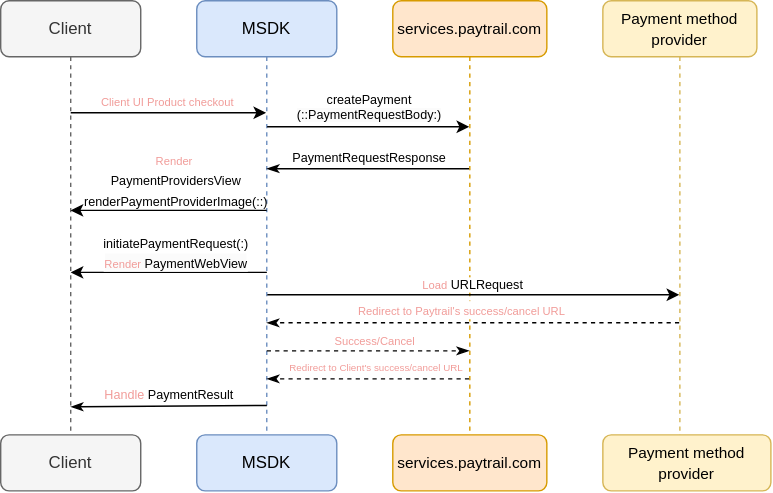
Before: paytrail-ios-sdk/paytrail_ios_sdk.docc/Resources/Create_payment_api_flow.svg, a diagram exported from draw.io (paytrail/paytrail-ios-sdk). Source tidied: cells renumbered, new cells last; positions are measured from the earlier drawing's top-left corner, leaving out a move shared by most shapes.
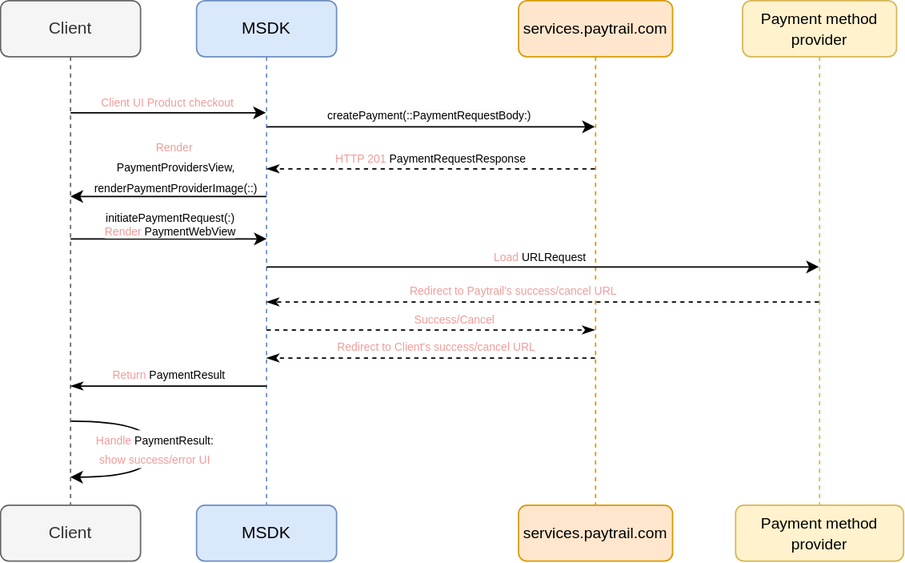
After the change.

Commit message:
Refactor apis flow images

Change to the diagram source:
```diff
@@ -2,22 +2,31 @@
   <root>
     <mxCell id="0" />
     <mxCell id="1" parent="0" />
+    <mxCell id="30" style="endArrow=classic;html=1;rounded=0;edgeStyle=orthogonalEdgeStyle;curved=1;" parent="1" edge="1" target="6">
+      <mxGeometry relative="1" as="geometry">
+        <mxPoint x="50" y="300" as="sourcePoint" />
+        <Array as="points">
+          <mxPoint x="110" y="300" />
+          <mxPoint x="110" y="340" />
+        </Array>
+      </mxGeometry>
+    </mxCell>
     <mxCell id="2" value="MSDK" style="shape=umlLifeline;perimeter=lifelinePerimeter;whiteSpace=wrap;html=1;outlineConnect=0;portConstraint=eastwest;newEdgeStyle={&quot;edgeStyle&quot;:&quot;elbowEdgeStyle&quot;,&quot;elbow&quot;:&quot;vertical&quot;,&quot;curved&quot;:0,&quot;rounded&quot;:0};rounded=1;fillColor=#dae8fc;strokeColor=#6c8ebf;" parent="1" vertex="1">
-      <mxGeometry x="140" width="100" height="310" as="geometry" />
+      <mxGeometry x="140" width="100" height="360" as="geometry" />
     </mxCell>
     <mxCell id="3" value="&lt;font style=&quot;font-size: 11px;&quot;&gt;services.paytrail.com&lt;/font&gt;" style="shape=umlLifeline;perimeter=lifelinePerimeter;whiteSpace=wrap;html=1;outlineConnect=0;portConstraint=eastwest;newEdgeStyle={&quot;edgeStyle&quot;:&quot;elbowEdgeStyle&quot;,&quot;elbow&quot;:&quot;vertical&quot;,&quot;curved&quot;:0,&quot;rounded&quot;:0};rounded=1;fillColor=#ffe6cc;strokeColor=#d79b00;" parent="1" vertex="1">
-      <mxGeometry x="280" width="110" height="310" as="geometry" />
+      <mxGeometry x="370" width="110" height="360" as="geometry" />
     </mxCell>
-    <mxCell id="4" value="&lt;p style=&quot;margin: 0px; font-stretch: normal; line-height: normal;&quot;&gt;&lt;font style=&quot;font-size: 9px;&quot;&gt;PaymentRequestResponse&lt;/font&gt;&lt;br&gt;&lt;/p&gt;" style="html=1;verticalAlign=bottom;endArrow=classicThin;edgeStyle=elbowEdgeStyle;elbow=vertical;curved=0;rounded=0;endFill=1;" parent="1" edge="1" source="3">
+    <mxCell id="4" value="&lt;p style=&quot;margin: 0px; font-stretch: normal; line-height: normal; font-size: 8px;&quot;&gt;&lt;font style=&quot;font-size: 8px;&quot;&gt;&lt;font style=&quot;font-size: 8px;&quot; color=&quot;#f19c99&quot;&gt;HTTP 201&lt;/font&gt; PaymentRequestResponse&lt;/font&gt;&lt;br&gt;&lt;/p&gt;" style="html=1;verticalAlign=bottom;endArrow=classicThin;edgeStyle=elbowEdgeStyle;elbow=vertical;curved=0;rounded=0;endFill=1;dashed=1;" parent="1" edge="1" source="3">
       <mxGeometry relative="1" as="geometry">
         <mxPoint x="190" y="120" as="targetPoint" />
       </mxGeometry>
     </mxCell>
     <mxCell id="5" value="&lt;font style=&quot;font-size: 11px;&quot;&gt;Payment method provider&lt;/font&gt;" style="shape=umlLifeline;perimeter=lifelinePerimeter;whiteSpace=wrap;html=1;outlineConnect=0;portConstraint=eastwest;newEdgeStyle={&quot;edgeStyle&quot;:&quot;elbowEdgeStyle&quot;,&quot;elbow&quot;:&quot;vertical&quot;,&quot;curved&quot;:0,&quot;rounded&quot;:0};fillColor=#fff2cc;strokeColor=#d6b656;rounded=1;" parent="1" vertex="1">
-      <mxGeometry x="430" width="110" height="320" as="geometry" />
+      <mxGeometry x="530" width="110" height="360" as="geometry" />
     </mxCell>
     <mxCell id="6" value="Client" style="shape=umlLifeline;perimeter=lifelinePerimeter;whiteSpace=wrap;html=1;outlineConnect=0;portConstraint=eastwest;newEdgeStyle={&quot;edgeStyle&quot;:&quot;elbowEdgeStyle&quot;,&quot;elbow&quot;:&quot;vertical&quot;,&quot;curved&quot;:0,&quot;rounded&quot;:0};rounded=1;fillColor=#f5f5f5;fontColor=#333333;strokeColor=#666666;" parent="1" vertex="1">
-      <mxGeometry width="100" height="310" as="geometry" />
+      <mxGeometry width="100" height="360" as="geometry" />
     </mxCell>
     <mxCell id="7" style="endArrow=classic;html=1;rounded=0;" parent="1" edge="1">
       <mxGeometry relative="1" as="geometry">
@@ -27,16 +36,16 @@
     </mxCell>
     <mxCell id="8" style="endArrow=classic;html=1;rounded=0;" parent="1" edge="1">
       <mxGeometry relative="1" as="geometry">
-        <mxPoint x="190" y="149.7" as="sourcePoint" />
-        <mxPoint x="49.9" y="149.7" as="targetPoint" />
+        <mxPoint x="190" y="139.7" as="sourcePoint" />
+        <mxPoint x="49.9" y="139.7" as="targetPoint" />
       </mxGeometry>
     </mxCell>
-    <mxCell id="9" value="&lt;font&gt;&lt;font style=&quot;font-size: 8px;&quot; color=&quot;#f19c99&quot;&gt;Render&lt;/font&gt;&lt;span style=&quot;font-size: 9px;&quot;&gt;&amp;nbsp;&lt;/span&gt;&lt;br&gt;&lt;span style=&quot;font-size: 9px;&quot;&gt;PaymentProvidersView&lt;/span&gt;&lt;br&gt;&lt;font style=&quot;font-size: 9px;&quot;&gt;renderPaymentProviderImage(::)&lt;/font&gt;&lt;br&gt;&lt;span style=&quot;font-size: 11px;&quot;&gt;&amp;nbsp;&lt;/span&gt;&lt;/font&gt;" style="text;html=1;align=center;verticalAlign=middle;strokeColor=none;fillColor=none;" parent="1" vertex="1">
-      <mxGeometry x="50" y="100" width="150" height="70" as="geometry" />
+    <mxCell id="9" value="&lt;font style=&quot;font-size: 8px;&quot;&gt;&lt;font style=&quot;font-size: 8px;&quot; color=&quot;#f19c99&quot;&gt;Render&lt;/font&gt;&lt;span style=&quot;&quot;&gt;&amp;nbsp;&lt;/span&gt;&lt;br&gt;&lt;span style=&quot;&quot;&gt;PaymentProvidersView,&lt;/span&gt;&lt;br&gt;&lt;font style=&quot;font-size: 8px;&quot;&gt;renderPaymentProviderImage(::)&lt;/font&gt;&lt;br&gt;&lt;/font&gt;" style="text;html=1;align=center;verticalAlign=middle;strokeColor=none;fillColor=none;" parent="1" vertex="1">
+      <mxGeometry x="55" y="88" width="140" height="60" as="geometry" />
     </mxCell>
     <mxCell id="10" style="endArrow=classicThin;html=1;rounded=0;dashed=1;endFill=1;" parent="1" edge="1" source="5">
       <mxGeometry relative="1" as="geometry">
-        <mxPoint x="189.9" y="230" as="targetPoint" />
+        <mxPoint x="189.9" y="215" as="targetPoint" />
       </mxGeometry>
     </mxCell>
     <mxCell id="11" value="&lt;font style=&quot;font-size: 8px;&quot; color=&quot;#f19c99&quot;&gt;Redirect to Paytrail's success/cancel URL&lt;/font&gt;" style="edgeLabel;html=1;align=center;verticalAlign=middle;" parent="10" vertex="1">
@@ -46,23 +55,23 @@
     </mxCell>
     <mxCell id="12" style="endArrow=classic;html=1;rounded=0;" parent="1" edge="1" target="5">
       <mxGeometry relative="1" as="geometry">
-        <mxPoint x="190.4" y="210" as="sourcePoint" />
+        <mxPoint x="190" y="190" as="sourcePoint" />
       </mxGeometry>
     </mxCell>
-    <mxCell id="13" value="&lt;font style=&quot;font-size: 8px;&quot; color=&quot;#f19c99&quot;&gt;Load&lt;/font&gt; URLRequest" style="edgeLabel;html=1;align=center;verticalAlign=middle;fontSize=9;" parent="12" vertex="1">
+    <mxCell id="13" value="&lt;font style=&quot;font-size: 8px;&quot;&gt;&lt;font style=&quot;font-size: 8px;&quot; color=&quot;#f19c99&quot;&gt;Load&lt;/font&gt; URLRequest&lt;/font&gt;" style="edgeLabel;html=1;align=center;verticalAlign=middle;fontSize=9;" parent="12" vertex="1">
       <mxGeometry x="-0.06" y="-1" relative="1" as="geometry">
         <mxPoint x="8" y="-8" as="offset" />
       </mxGeometry>
     </mxCell>
     <mxCell id="14" style="endArrow=classic;html=1;rounded=0;" parent="1" edge="1">
       <mxGeometry relative="1" as="geometry">
-        <mxPoint x="190.1" y="194" as="sourcePoint" />
-        <mxPoint x="50" y="194" as="targetPoint" />
+        <mxPoint x="50" y="170" as="sourcePoint" />
+        <mxPoint x="190.1" y="170" as="targetPoint" />
       </mxGeometry>
     </mxCell>
-    <mxCell id="15" value="&lt;font&gt;&lt;span style=&quot;font-size: 9px;&quot;&gt;initiatePaymentRequest(:)&lt;/span&gt;&lt;br style=&quot;border-color: var(--border-color);&quot;&gt;&lt;span style=&quot;background-color: rgb(251, 251, 251);&quot;&gt;&lt;font style=&quot;font-size: 8px;&quot; color=&quot;#f19c99&quot;&gt;Render&lt;/font&gt;&lt;span style=&quot;font-size: 9px;&quot;&gt; PaymentWebView&lt;/span&gt;&lt;/span&gt;&lt;/font&gt;" style="edgeLabel;html=1;align=center;verticalAlign=middle;" parent="14" vertex="1">
+    <mxCell id="15" value="&lt;font style=&quot;font-size: 8px;&quot;&gt;&lt;span style=&quot;font-size: 8px;&quot;&gt;initiatePaymentRequest(:)&lt;/span&gt;&lt;br style=&quot;border-color: var(--border-color); font-size: 8px;&quot;&gt;&lt;span style=&quot;background-color: rgb(251, 251, 251); font-size: 8px;&quot;&gt;&lt;font style=&quot;font-size: 8px;&quot; color=&quot;#f19c99&quot;&gt;Render&lt;/font&gt;&lt;span style=&quot;font-size: 8px;&quot;&gt; PaymentWebView&lt;/span&gt;&lt;/span&gt;&lt;/font&gt;" style="edgeLabel;html=1;align=center;verticalAlign=middle;fontSize=8;" parent="14" vertex="1">
       <mxGeometry x="0.1" y="-2" relative="1" as="geometry">
-        <mxPoint x="12" y="-12" as="offset" />
+        <mxPoint x="-7" y="-12" as="offset" />
       </mxGeometry>
     </mxCell>
     <mxCell id="16" style="endArrow=classic;html=1;rounded=0;" parent="1" edge="1" target="3">
@@ -70,9 +79,9 @@
         <mxPoint x="190.2" y="90" as="sourcePoint" />
       </mxGeometry>
     </mxCell>
-    <mxCell id="17" value="createPayment&lt;br style=&quot;border-color: var(--border-color); font-size: 9px;&quot;&gt;&lt;span style=&quot;font-size: 9px; background-color: rgb(251, 251, 251);&quot;&gt;(::PaymentRequestBody:)&lt;/span&gt;" style="edgeLabel;html=1;align=center;verticalAlign=middle;fontSize=9;" parent="16" vertex="1">
+    <mxCell id="17" value="&lt;font style=&quot;font-size: 8px;&quot;&gt;createPayment&lt;span style=&quot;background-color: rgb(251, 251, 251);&quot;&gt;(::PaymentRequestBody:)&lt;/span&gt;&lt;/font&gt;" style="edgeLabel;html=1;align=center;verticalAlign=middle;fontSize=9;" parent="16" vertex="1">
       <mxGeometry x="-0.03" y="2" relative="1" as="geometry">
-        <mxPoint x="2" y="-12" as="offset" />
+        <mxPoint x="2" y="-6" as="offset" />
       </mxGeometry>
     </mxCell>
     <mxCell id="18" style="endArrow=classic;html=1;rounded=0;" parent="1" edge="1" target="2">
@@ -87,7 +96,7 @@
     </mxCell>
     <mxCell id="20" style="endArrow=classicThin;html=1;rounded=0;dashed=1;endFill=1;" parent="1" edge="1" target="3">
       <mxGeometry relative="1" as="geometry">
-        <mxPoint x="190" y="250" as="sourcePoint" />
+        <mxPoint x="190" y="235" as="sourcePoint" />
       </mxGeometry>
     </mxCell>
     <mxCell id="21" value="&lt;font style=&quot;font-size: 8px;&quot; color=&quot;#f19c99&quot;&gt;Success/Cancel&lt;/font&gt;" style="edgeLabel;html=1;align=center;verticalAlign=middle;" parent="20" vertex="1">
@@ -97,36 +106,39 @@
     </mxCell>
     <mxCell id="22" style="endArrow=classicThin;html=1;rounded=0;dashed=1;endFill=1;" parent="1" edge="1" source="3">
       <mxGeometry relative="1" as="geometry">
-        <mxPoint x="190" y="270" as="targetPoint" />
+        <mxPoint x="190" y="255" as="targetPoint" />
       </mxGeometry>
     </mxCell>
-    <mxCell id="23" value="&lt;font style=&quot;font-size: 7px;&quot; color=&quot;#f19c99&quot;&gt;Redirect to Client's success/cancel URL&lt;/font&gt;" style="edgeLabel;html=1;align=center;verticalAlign=middle;" parent="22" vertex="1">
+    <mxCell id="23" value="&lt;font style=&quot;font-size: 8px;&quot; color=&quot;#f19c99&quot;&gt;Redirect to Client's success/cancel URL&lt;/font&gt;" style="edgeLabel;html=1;align=center;verticalAlign=middle;" parent="22" vertex="1">
       <mxGeometry x="0.27" y="1" relative="1" as="geometry">
-        <mxPoint x="25" y="-10" as="offset" />
+        <mxPoint x="35" y="-10" as="offset" />
       </mxGeometry>
     </mxCell>
     <mxCell id="24" style="endArrow=classicThin;html=1;rounded=0;endFill=1;" parent="1" edge="1">
       <mxGeometry relative="1" as="geometry">
-        <mxPoint x="190.1" y="289" as="sourcePoint" />
-        <mxPoint x="50" y="290" as="targetPoint" />
+        <mxPoint x="190.1" y="275" as="sourcePoint" />
+        <mxPoint x="50" y="275" as="targetPoint" />
       </mxGeometry>
     </mxCell>
-    <mxCell id="25" value="&lt;font size=&quot;1&quot;&gt;&lt;span style=&quot;caret-color: rgb(241, 156, 153); font-size: 9px;&quot;&gt;&lt;font color=&quot;#f19c99&quot;&gt;Handle&lt;/font&gt; PaymentResult&lt;/span&gt;&lt;/font&gt;" style="edgeLabel;html=1;align=center;verticalAlign=middle;" parent="24" vertex="1">
+    <mxCell id="25" value="&lt;font style=&quot;font-size: 8px;&quot;&gt;&lt;span style=&quot;caret-color: rgb(241, 156, 153);&quot;&gt;&lt;font color=&quot;#f19c99&quot;&gt;Return&lt;/font&gt; PaymentResult&lt;/span&gt;&lt;/font&gt;" style="edgeLabel;html=1;align=center;verticalAlign=middle;" parent="24" vertex="1">
       <mxGeometry x="0.27" y="1" relative="1" as="geometry">
         <mxPoint x="19" y="-10" as="offset" />
       </mxGeometry>
     </mxCell>
     <mxCell id="26" value="Client" style="shape=umlLifeline;perimeter=lifelinePerimeter;whiteSpace=wrap;html=1;newEdgeStyle={&quot;edgeStyle&quot;:&quot;elbowEdgeStyle&quot;,&quot;elbow&quot;:&quot;vertical&quot;,&quot;curved&quot;:0,&quot;rounded&quot;:0};rounded=1;fillColor=#f5f5f5;fontColor=#333333;strokeColor=#666666;" parent="1" vertex="1">
-      <mxGeometry y="310" width="100" height="40" as="geometry" />
+      <mxGeometry y="360" width="100" height="40" as="geometry" />
     </mxCell>
     <mxCell id="27" value="MSDK" style="shape=umlLifeline;perimeter=lifelinePerimeter;whiteSpace=wrap;html=1;newEdgeStyle={&quot;edgeStyle&quot;:&quot;elbowEdgeStyle&quot;,&quot;elbow&quot;:&quot;vertical&quot;,&quot;curved&quot;:0,&quot;rounded&quot;:0};rounded=1;fillColor=#dae8fc;strokeColor=#6c8ebf;" parent="1" vertex="1">
-      <mxGeometry x="140" y="310" width="100" height="40" as="geometry" />
+      <mxGeometry x="140" y="360" width="100" height="40" as="geometry" />
     </mxCell>
     <mxCell id="28" value="&lt;font style=&quot;font-size: 11px;&quot;&gt;services.paytrail.com&lt;/font&gt;" style="shape=umlLifeline;perimeter=lifelinePerimeter;whiteSpace=wrap;html=1;newEdgeStyle={&quot;edgeStyle&quot;:&quot;elbowEdgeStyle&quot;,&quot;elbow&quot;:&quot;vertical&quot;,&quot;curved&quot;:0,&quot;rounded&quot;:0};rounded=1;fillColor=#ffe6cc;strokeColor=#d79b00;" parent="1" vertex="1">
-      <mxGeometry x="280" y="310" width="110" height="40" as="geometry" />
+      <mxGeometry x="370" y="360" width="110" height="40" as="geometry" />
     </mxCell>
     <mxCell id="29" value="&lt;font style=&quot;font-size: 11px;&quot;&gt;Payment method provider&lt;/font&gt;" style="shape=umlLifeline;perimeter=lifelinePerimeter;whiteSpace=wrap;html=1;newEdgeStyle={&quot;edgeStyle&quot;:&quot;elbowEdgeStyle&quot;,&quot;elbow&quot;:&quot;vertical&quot;,&quot;curved&quot;:0,&quot;rounded&quot;:0};fillColor=#fff2cc;strokeColor=#d6b656;rounded=1;" parent="1" vertex="1">
-      <mxGeometry x="430" y="310" width="120" height="40" as="geometry" />
+      <mxGeometry x="525" y="360" width="120" height="40" as="geometry" />
     </mxCell>
+    <mxCell id="31" value="&lt;font style=&quot;font-size: 8px;&quot;&gt;&lt;span style=&quot;caret-color: rgb(241, 156, 153);&quot;&gt;&lt;font color=&quot;#f19c99&quot;&gt;Handle&lt;/font&gt; PaymentResult:&lt;br&gt;&lt;font color=&quot;#f19c99&quot;&gt;show success/error UI&lt;/font&gt;&lt;br&gt;&lt;/span&gt;&lt;/font&gt;" style="edgeLabel;html=1;align=center;verticalAlign=middle;" parent="1" vertex="1">
+      <mxGeometry x="110" y="320" as="geometry" />
+    </mxCell>
   </root>
 </mxGraphModel>
```
